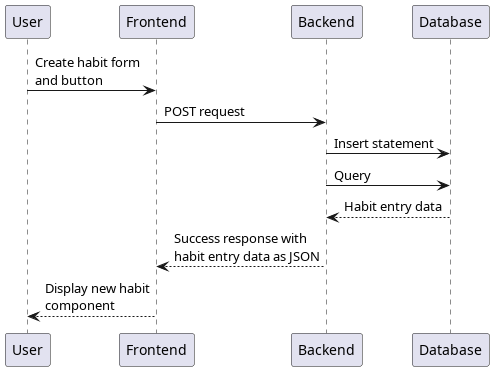
This is docs/out/docs/Sequences/Create new habit.png from Toby-Rea/planner, a PlantUML export, as it was before one commit.
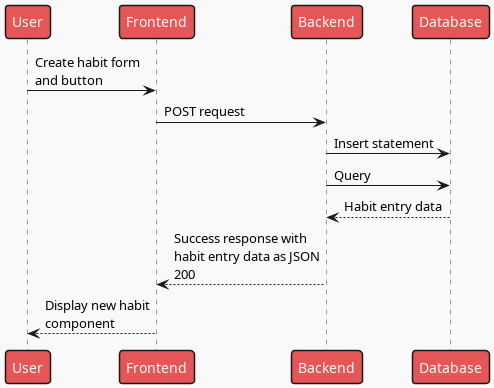
The same file after the commit.

The edit, as a diff of the source:
```diff
@@ -1,4 +1,5 @@
 @startuml Create new habit
+!theme mars
 participant User as u
 participant Frontend as fe
 participant Backend as be
@@ -9,6 +10,6 @@
 be -> db: Insert statement
 be -> db: Query
 be <-- db: Habit entry data
-fe <-- be: Success response with\nhabit entry data as JSON
+fe <-- be: Success response with\nhabit entry data as JSON\n200
 u <-- fe: Display new habit\ncomponent
 @enduml
```
